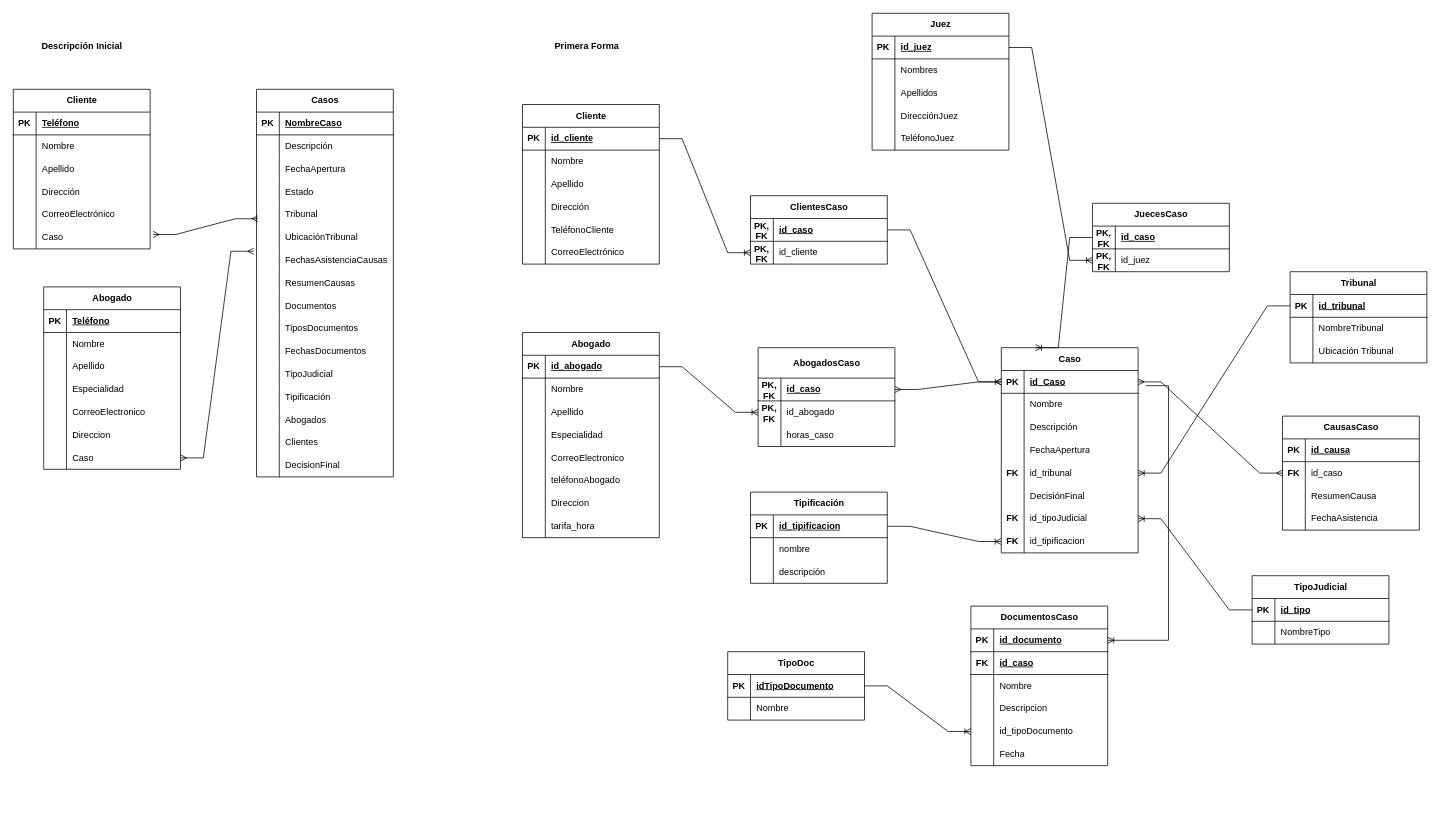
Above: CasoNormalizacionBufeteAbogados.drawio in winston142O/Diagrams (draw.io), before the change. Source tidied: cells renumbered, new cells numbered last; positions are measured from the earlier drawing's top-left corner, leaving out a move shared by most shapes. Both pictures are drawn from the tidied source at 76%, with x=0, y=0 at pixel (13, 13).
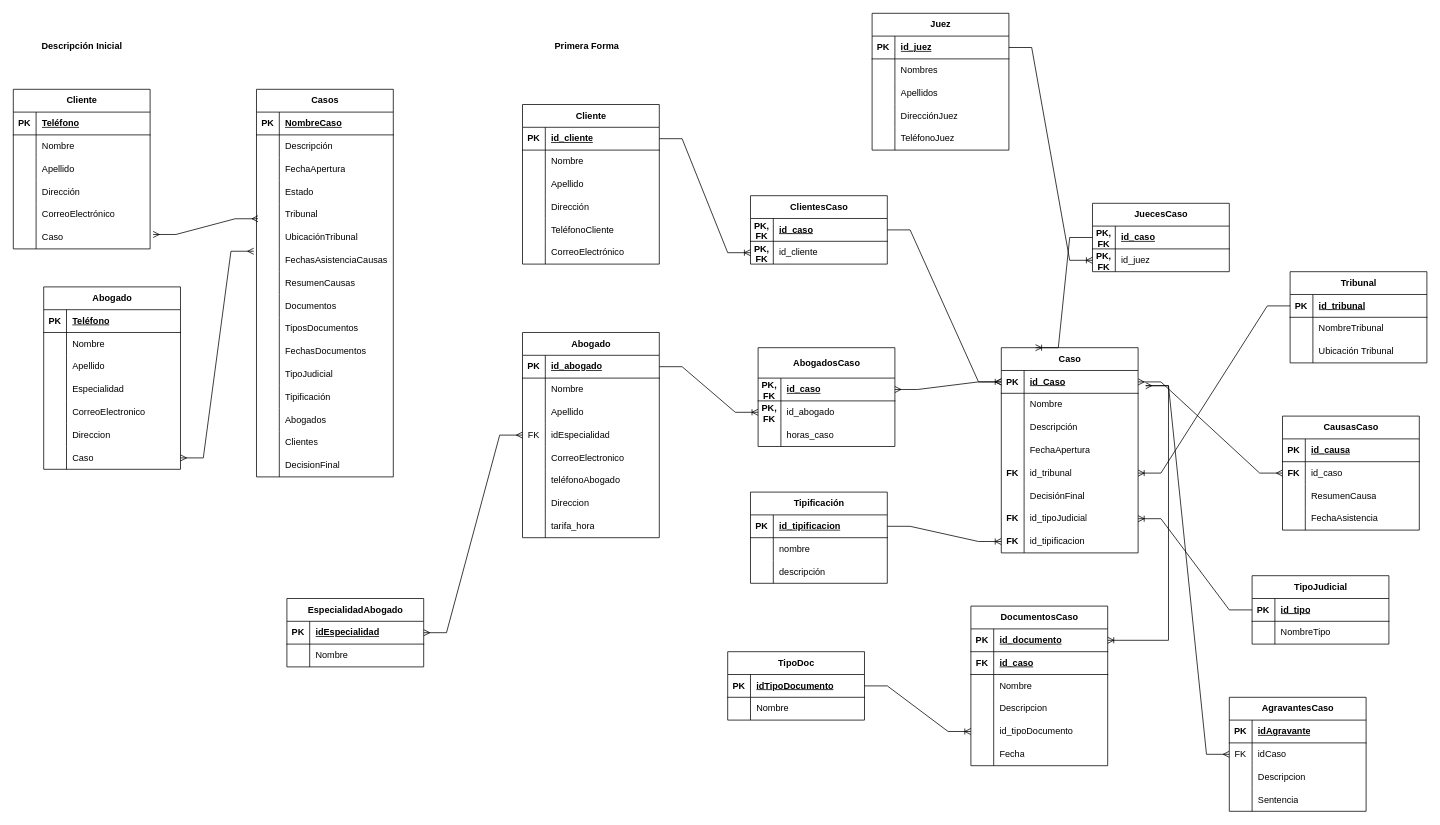
The same diagram, later.

The change refers to these unchanged cells:
```xml
<mxCell id="125" style="shape=tableRow;horizontal=0;startSize=0;swimlaneHead=0;swimlaneBody=0;fillColor=none;points=[[0,0.5],[1,0.5]];portConstraint=eastwest;top=0;left=0;right=0;bottom=0;" parent="115" vertex="1">
  <mxGeometry y="120" width="180" height="30" as="geometry" />
</mxCell>
```

Change to the diagram source:
```diff
@@
-    <mxCell id="126" style="shape=partialRectangle;fillColor=none;top=0;left=0;bottom=0;right=0;overflow=hidden;whiteSpace=wrap;html=1;" parent="125" vertex="1">
+    <mxCell id="126" value="FK" style="shape=partialRectangle;fillColor=none;top=0;left=0;bottom=0;right=0;overflow=hidden;whiteSpace=wrap;html=1;" parent="125" vertex="1">
       <mxGeometry width="30" height="30" as="geometry" />
     </mxCell>
-    <mxCell id="127" value="Especialidad" style="shape=partialRectangle;fillColor=none;top=0;left=0;bottom=0;right=0;align=left;spacingLeft=6;overflow=hidden;whiteSpace=wrap;html=1;" parent="125" vertex="1">
+    <mxCell id="127" value="idEspecialidad" style="shape=partialRectangle;fillColor=none;top=0;left=0;bottom=0;right=0;align=left;spacingLeft=6;overflow=hidden;whiteSpace=wrap;html=1;" parent="125" vertex="1">
       <mxGeometry x="30" width="150" height="30" as="geometry" />
     </mxCell>
@@
+    <mxCell id="283" value="AgravantesCaso" style="shape=table;startSize=30;childLayout=tableLayout;rowLines=0;fontStyle=1;align=center;html=1;" parent="1" vertex="1">
+      <mxGeometry x="1600" y="900" width="180" height="150" as="geometry" />
+    </mxCell>
+    <mxCell id="284" style="shape=tableRow;horizontal=0;startSize=0;swimlaneHead=0;swimlaneBody=0;fillColor=none;top=0;left=0;right=0;bottom=1;" parent="283" vertex="1">
+      <mxGeometry y="30" width="180" height="30" as="geometry" />
+    </mxCell>
+    <mxCell id="285" value="PK" style="shape=partialRectangle;fillColor=none;top=0;left=0;bottom=0;right=0;fontStyle=1;overflow=hidden;whiteSpace=wrap;html=1;" parent="284" vertex="1">
+      <mxGeometry width="30" height="30" as="geometry" />
+    </mxCell>
+    <mxCell id="286" value="idAgravante" style="shape=partialRectangle;fillColor=none;top=0;left=0;bottom=0;right=0;align=left;spacingLeft=6;fontStyle=5;overflow=hidden;whiteSpace=wrap;html=1;" parent="284" vertex="1">
+      <mxGeometry x="30" width="150" height="30" as="geometry" />
+    </mxCell>
+    <mxCell id="287" style="shape=tableRow;horizontal=0;startSize=0;swimlaneHead=0;swimlaneBody=0;fillColor=none;points=[[0,0.5],[1,0.5]];portConstraint=eastwest;top=0;left=0;right=0;bottom=0;" parent="283" vertex="1">
+      <mxGeometry y="60" width="180" height="30" as="geometry" />
+    </mxCell>
+    <mxCell id="288" value="FK" style="shape=partialRectangle;fillColor=none;top=0;left=0;bottom=0;right=0;overflow=hidden;whiteSpace=wrap;html=1;" parent="287" vertex="1">
+      <mxGeometry width="30" height="30" as="geometry" />
+    </mxCell>
+    <mxCell id="289" value="idCaso" style="shape=partialRectangle;fillColor=none;top=0;left=0;bottom=0;right=0;align=left;spacingLeft=6;overflow=hidden;whiteSpace=wrap;html=1;" parent="287" vertex="1">
+      <mxGeometry x="30" width="150" height="30" as="geometry" />
+    </mxCell>
+    <mxCell id="290" style="shape=tableRow;horizontal=0;startSize=0;swimlaneHead=0;swimlaneBody=0;fillColor=none;top=0;left=0;right=0;bottom=0;" parent="283" vertex="1">
+      <mxGeometry y="90" width="180" height="30" as="geometry" />
+    </mxCell>
+    <mxCell id="291" style="shape=partialRectangle;fillColor=none;top=0;left=0;bottom=0;right=0;overflow=hidden;whiteSpace=wrap;html=1;" parent="290" vertex="1">
+      <mxGeometry width="30" height="30" as="geometry" />
+    </mxCell>
+    <mxCell id="292" value="Descripcion" style="shape=partialRectangle;fillColor=none;top=0;left=0;bottom=0;right=0;align=left;spacingLeft=6;overflow=hidden;whiteSpace=wrap;html=1;" parent="290" vertex="1">
+      <mxGeometry x="30" width="150" height="30" as="geometry" />
+    </mxCell>
+    <mxCell id="293" style="shape=tableRow;horizontal=0;startSize=0;swimlaneHead=0;swimlaneBody=0;fillColor=none;top=0;left=0;right=0;bottom=0;" parent="283" vertex="1">
+      <mxGeometry y="120" width="180" height="30" as="geometry" />
+    </mxCell>
+    <mxCell id="294" style="shape=partialRectangle;fillColor=none;top=0;left=0;bottom=0;right=0;overflow=hidden;whiteSpace=wrap;html=1;" parent="293" vertex="1">
+      <mxGeometry width="30" height="30" as="geometry" />
+    </mxCell>
+    <mxCell id="295" value="Sentencia" style="shape=partialRectangle;fillColor=none;top=0;left=0;bottom=0;right=0;align=left;spacingLeft=6;overflow=hidden;whiteSpace=wrap;html=1;" parent="293" vertex="1">
+      <mxGeometry x="30" width="150" height="30" as="geometry" />
+    </mxCell>
+    <mxCell id="296" style="edgeStyle=entityRelationEdgeStyle;fontSize=12;html=1;endArrow=ERmany;startArrow=ERmany;rounded=0;entryX=0;entryY=0.5;entryDx=0;entryDy=0;" parent="1" edge="1" target="287">
+      <mxGeometry relative="1" as="geometry">
+        <mxPoint x="1490" y="490" as="sourcePoint" />
+      </mxGeometry>
+    </mxCell>
+    <mxCell id="297" value="EspecialidadAbogado" style="shape=table;startSize=30;childLayout=tableLayout;rowLines=0;fontStyle=1;align=center;html=1;" parent="1" vertex="1">
+      <mxGeometry x="360" y="770" width="180" height="90" as="geometry" />
+    </mxCell>
+    <mxCell id="298" style="shape=tableRow;horizontal=0;startSize=0;swimlaneHead=0;swimlaneBody=0;fillColor=none;points=[[0,0.5],[1,0.5]];portConstraint=eastwest;top=0;left=0;right=0;bottom=1;" parent="297" vertex="1">
+      <mxGeometry y="30" width="180" height="30" as="geometry" />
+    </mxCell>
+    <mxCell id="299" value="PK" style="shape=partialRectangle;fillColor=none;top=0;left=0;bottom=0;right=0;fontStyle=1;overflow=hidden;whiteSpace=wrap;html=1;" parent="298" vertex="1">
+      <mxGeometry width="30" height="30" as="geometry" />
+    </mxCell>
+    <mxCell id="300" value="idEspecialidad" style="shape=partialRectangle;fillColor=none;top=0;left=0;bottom=0;right=0;align=left;spacingLeft=6;fontStyle=5;overflow=hidden;whiteSpace=wrap;html=1;" parent="298" vertex="1">
+      <mxGeometry x="30" width="150" height="30" as="geometry" />
+    </mxCell>
+    <mxCell id="301" style="shape=tableRow;horizontal=0;startSize=0;swimlaneHead=0;swimlaneBody=0;fillColor=none;top=0;left=0;right=0;bottom=0;" parent="297" vertex="1">
+      <mxGeometry y="60" width="180" height="30" as="geometry" />
+    </mxCell>
+    <mxCell id="302" style="shape=partialRectangle;fillColor=none;top=0;left=0;bottom=0;right=0;overflow=hidden;whiteSpace=wrap;html=1;" parent="301" vertex="1">
+      <mxGeometry width="30" height="30" as="geometry" />
+    </mxCell>
+    <mxCell id="303" value="Nombre" style="shape=partialRectangle;fillColor=none;top=0;left=0;bottom=0;right=0;align=left;spacingLeft=6;overflow=hidden;whiteSpace=wrap;html=1;" parent="301" vertex="1">
+      <mxGeometry x="30" width="150" height="30" as="geometry" />
+    </mxCell>
+    <mxCell id="304" style="edgeStyle=entityRelationEdgeStyle;fontSize=12;html=1;endArrow=ERmany;startArrow=ERmany;rounded=0;exitX=1;exitY=0.5;exitDx=0;exitDy=0;entryX=0;entryY=0.5;entryDx=0;entryDy=0;" parent="1" edge="1" source="298" target="125">
+      <mxGeometry relative="1" as="geometry" />
+    </mxCell>
```
